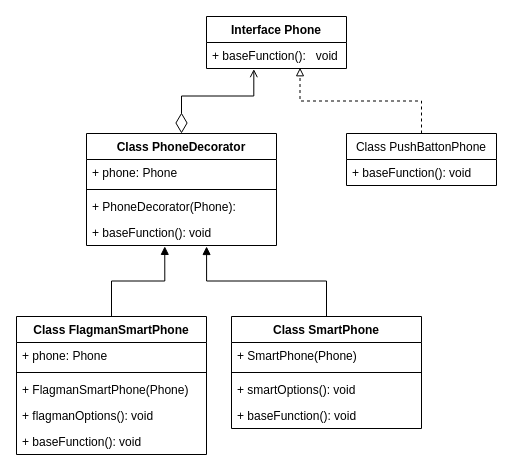
Above: page "Structural decorator pattern" (9 of 10) of Untitled Diagram.drawio in antonshikalyov/Diagram-patterns- (draw.io), before the change. Source tidied: cells renumbered, new cells numbered last; positions are measured from the earlier drawing's top-left corner, leaving out a move shared by most shapes. Both pictures are drawn from the tidied source at 100%, with x=0, y=0 at pixel (16, 16).
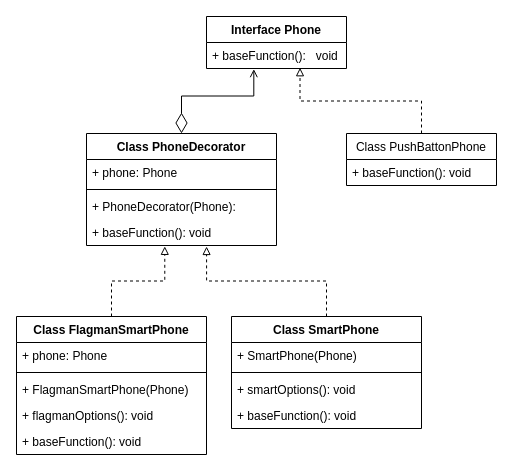
After the change.

The change refers to these unchanged cells:
```xml
<mxCell id="9" value="+ baseFunction(): void" style="text;strokeColor=none;fillColor=none;align=left;verticalAlign=top;spacingLeft=4;spacingRight=4;overflow=hidden;points=[[0,0.5],[1,0.5]];portConstraint=eastwest;" parent="5" vertex="1">
  <mxGeometry y="86" width="190" height="26" as="geometry" />
</mxCell>
<mxCell id="14" value="Class FlagmanSmartPhone" style="swimlane;fontStyle=1;align=center;verticalAlign=top;horizontal=1;startSize=26;" parent="1" vertex="1">
  <mxGeometry y="300" width="190" height="138" as="geometry" />
</mxCell>
<mxCell id="21" value="Class SmartPhone" style="swimlane;fontStyle=1;align=center;verticalAlign=top;horizontal=1;startSize=26;" parent="1" vertex="1">
  <mxGeometry x="215" y="300" width="190" height="112" as="geometry" />
</mxCell>
```

Change to the diagram source:
```diff
@@
-    <mxCell id="13" style="edgeStyle=orthogonalEdgeStyle;rounded=0;jettySize=auto;html=1;entryX=0.412;entryY=1.033;entryDx=0;entryDy=0;entryPerimeter=0;startArrow=none;startFill=0;endArrow=block;endFill=1;startSize=18;" parent="1" edge="1" source="14" target="9">
+    <mxCell id="13" style="edgeStyle=orthogonalEdgeStyle;rounded=0;jettySize=auto;html=1;entryX=0.412;entryY=1.033;entryDx=0;entryDy=0;entryPerimeter=0;startArrow=none;startFill=0;endArrow=block;endFill=0;startSize=18;dashed=1;" parent="1" edge="1" source="14" target="9">
       <mxGeometry relative="1" as="geometry" />
     </mxCell>
@@
-    <mxCell id="20" style="edgeStyle=orthogonalEdgeStyle;rounded=0;jettySize=auto;html=1;entryX=0.632;entryY=1.038;entryDx=0;entryDy=0;entryPerimeter=0;startArrow=none;startFill=0;endArrow=block;endFill=1;startSize=18;" parent="1" edge="1" source="21" target="9">
+    <mxCell id="20" style="edgeStyle=orthogonalEdgeStyle;rounded=0;jettySize=auto;html=1;entryX=0.632;entryY=1.038;entryDx=0;entryDy=0;entryPerimeter=0;startArrow=none;startFill=0;endArrow=block;endFill=0;startSize=18;dashed=1;" parent="1" edge="1" source="21" target="9">
       <mxGeometry relative="1" as="geometry" />
     </mxCell>
```
